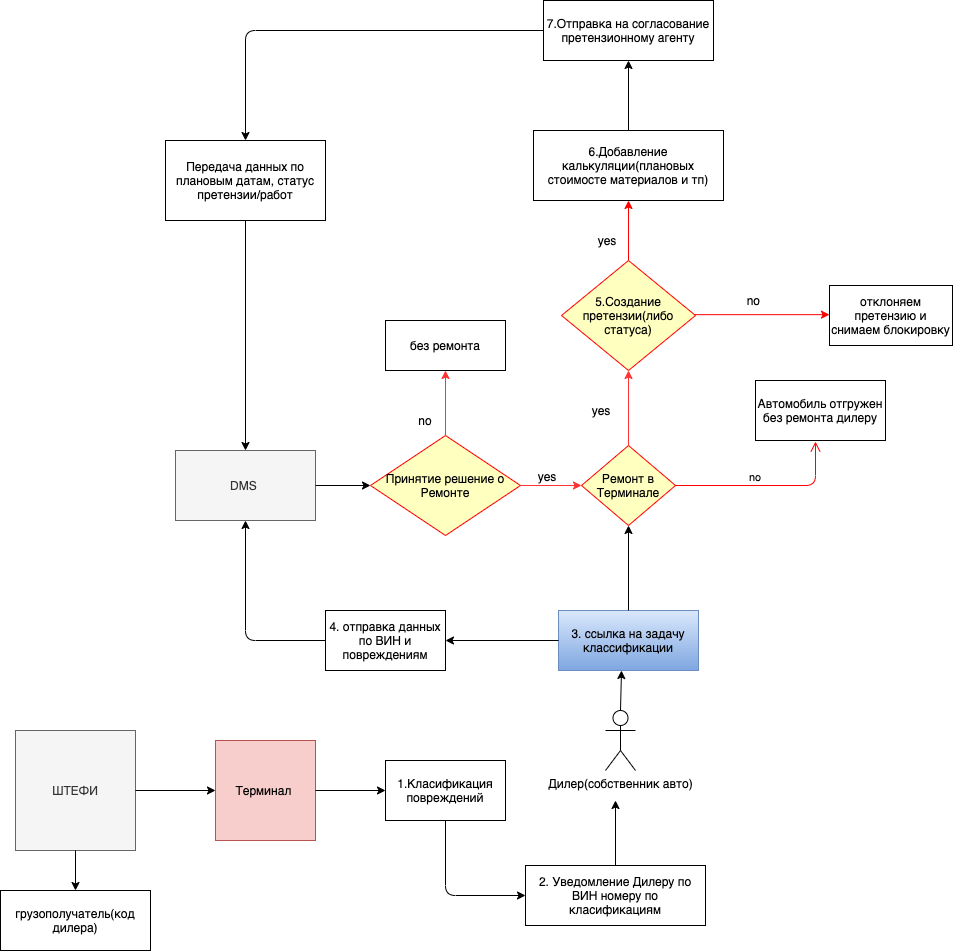
The draw.io diagram Damages BP.png in annastazi02/diagrams, before a commit. Source tidied: cells renumbered, new cells last; positions are measured from the earlier drawing's top-left corner, leaving out a move shared by most shapes.
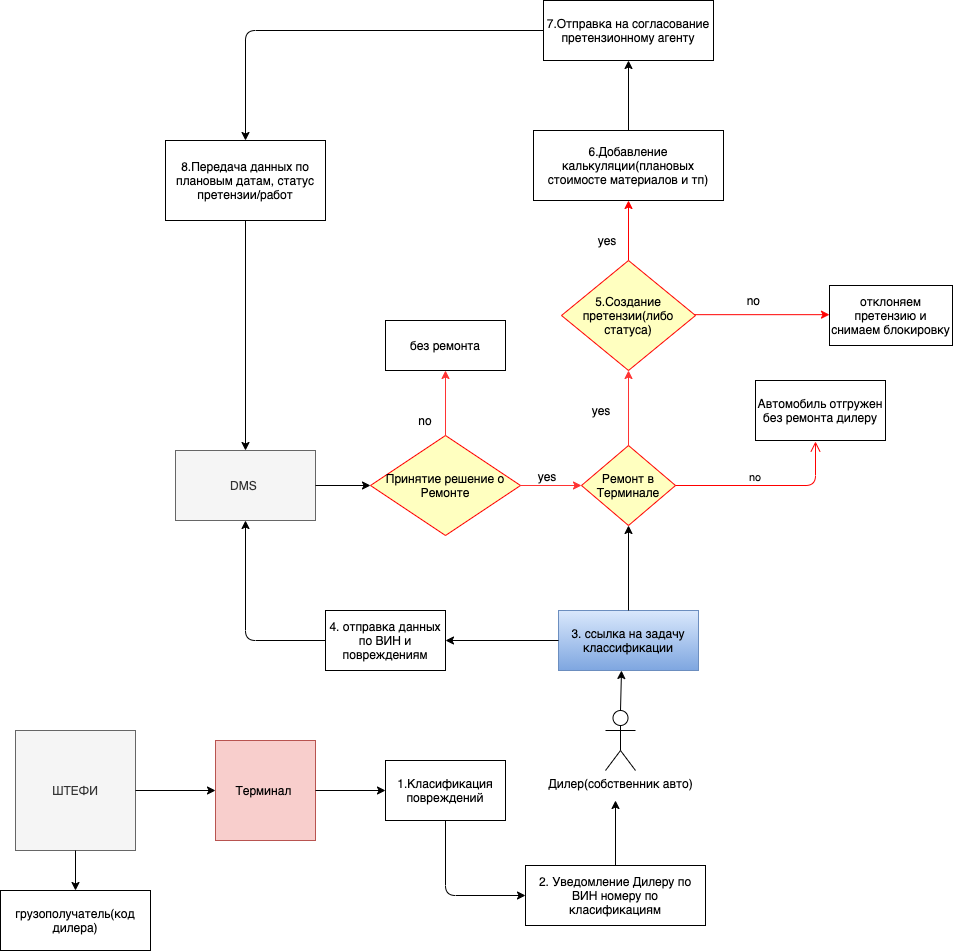
After the commit.

Change to the diagram source:
```diff
@@ -127,7 +127,7 @@
         </Array>
       </mxGeometry>
     </mxCell>
-    <mxCell id="36" value="Передача данных по плановым датам, статус претензии/работ" style="rounded=0;whiteSpace=wrap;html=1;" parent="1" vertex="1">
+    <mxCell id="36" value="8.Передача данных по плановым датам, статус претензии/работ" style="rounded=0;whiteSpace=wrap;html=1;" parent="1" vertex="1">
       <mxGeometry x="165" y="140" width="160" height="80" as="geometry" />
     </mxCell>
     <mxCell id="37" value="без ремонта" style="rounded=0;whiteSpace=wrap;html=1;" parent="1" vertex="1">
```
